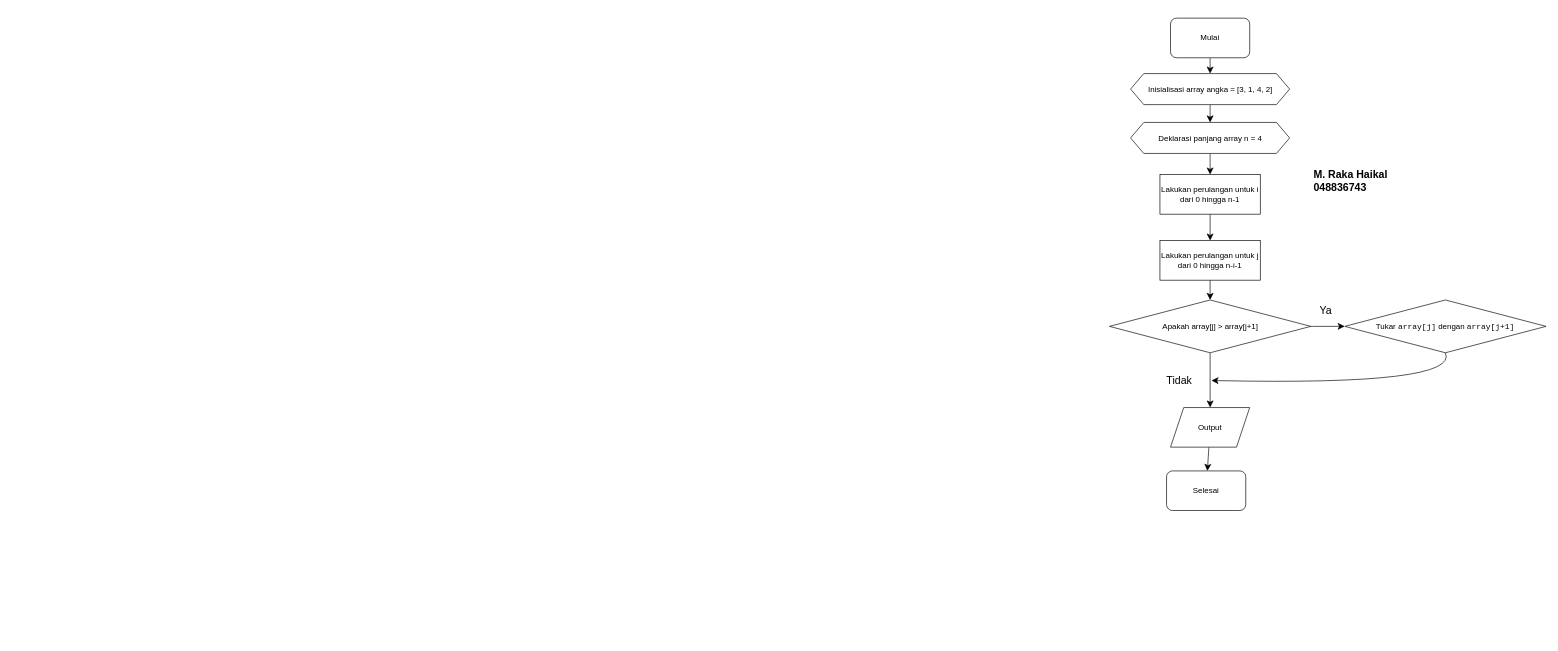
The draw.io diagram Flow Chart.drawio in mrakahaikal/mrakahaikal, before the edit. Source tidied: cells renumbered, new cells numbered last; positions are measured from the earlier drawing's top-left corner, leaving out a move shared by most shapes. Both pictures are drawn from the tidied source at 66%, with x=0, y=0 at pixel (1109, 18).
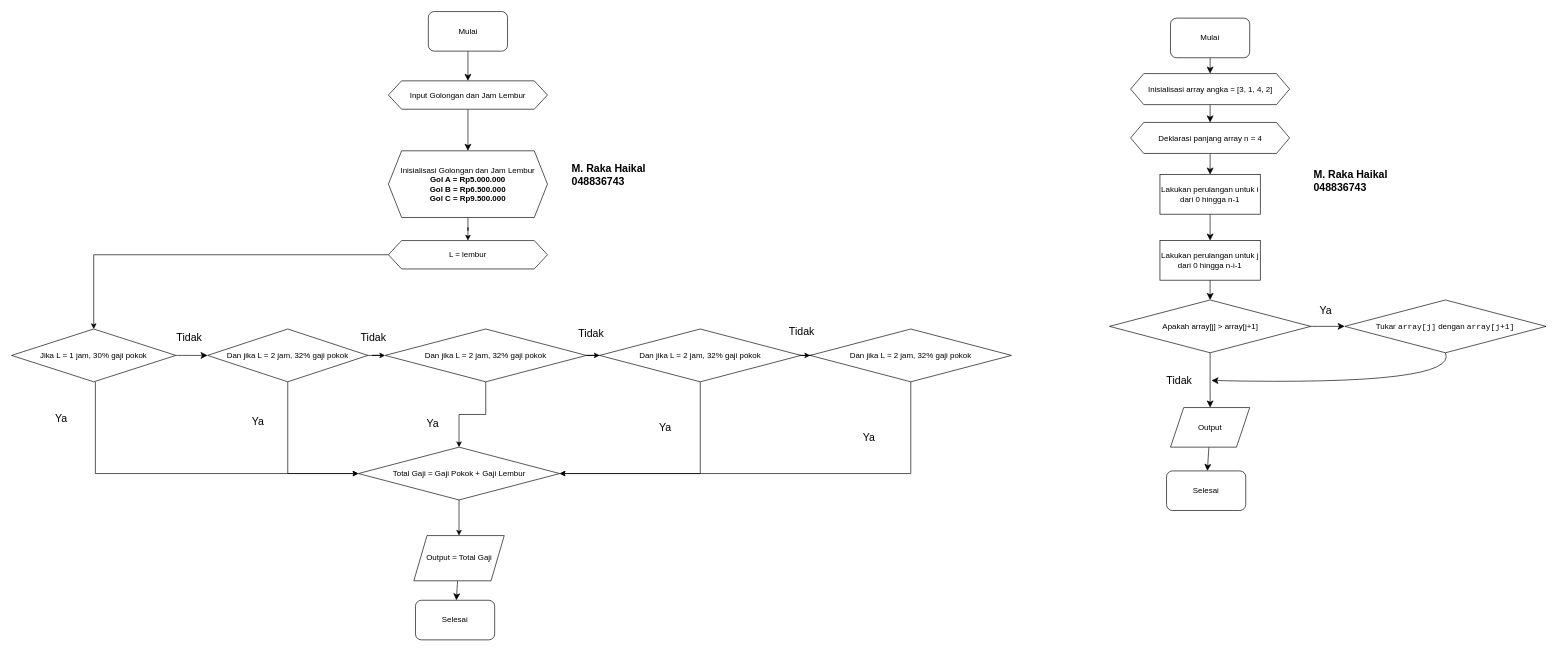
The same page after the edit.

The edit, as a diff of the source:
```diff
@@
+    <mxCell id="23" style="edgeStyle=none;curved=1;rounded=0;jettySize=auto;html=1;fontSize=12;startSize=8;endSize=8;entryX=0.5;entryY=0;entryDx=0;entryDy=0;" parent="1" edge="1" source="24" target="27">
+      <mxGeometry relative="1" as="geometry" />
+    </mxCell>
+    <mxCell id="24" value="Mulai" style="rounded=1;whiteSpace=wrap;html=1;" parent="1" vertex="1">
+      <mxGeometry x="-1031.5" y="-10" width="120" height="60" as="geometry" />
+    </mxCell>
+    <mxCell id="25" style="edgeStyle=none;curved=1;rounded=0;jettySize=auto;html=1;fontSize=12;startSize=8;endSize=8;exitX=0.5;exitY=1;exitDx=0;exitDy=0;entryX=0.5;entryY=0;entryDx=0;entryDy=0;" parent="1" edge="1" source="27" target="40">
+      <mxGeometry relative="1" as="geometry" />
+    </mxCell>
+    <mxCell id="26" value="Selesai" style="rounded=1;whiteSpace=wrap;html=1;" parent="1" vertex="1">
+      <mxGeometry x="-1051" y="882" width="120" height="60" as="geometry" />
+    </mxCell>
+    <mxCell id="27" value="Input Golongan dan Jam Lembur" style="shape=hexagon;perimeter=hexagonPerimeter2;whiteSpace=wrap;html=1;fixedSize=1;" parent="1" vertex="1">
+      <mxGeometry x="-1092" y="95" width="241" height="43" as="geometry" />
+    </mxCell>
+    <mxCell id="28" style="edgeStyle=none;curved=1;rounded=0;jettySize=auto;html=1;entryX=0;entryY=0.5;entryDx=0;entryDy=0;fontSize=12;startSize=8;endSize=8;exitX=1;exitY=0.5;exitDx=0;exitDy=0;" parent="1" edge="1" source="30" target="35">
+      <mxGeometry relative="1" as="geometry" />
+    </mxCell>
+    <mxCell id="29" style="edgeStyle=orthogonalEdgeStyle;rounded=0;jettySize=auto;html=1;entryX=0;entryY=0.5;entryDx=0;entryDy=0;exitX=0.51;exitY=1;exitDx=0;exitDy=0;exitPerimeter=0;" parent="1" edge="1" source="30" target="55">
+      <mxGeometry relative="1" as="geometry">
+        <Array as="points">
+          <mxPoint x="-1536" y="690" />
+        </Array>
+      </mxGeometry>
+    </mxCell>
+    <mxCell id="30" value="Jika L = 1 jam, 30% gaji pokok" style="rhombus;whiteSpace=wrap;html=1;" parent="1" vertex="1">
+      <mxGeometry x="-1663" y="471" width="249" height="80" as="geometry" />
+    </mxCell>
+    <mxCell id="31" value="Tidak" style="text;html=1;align=center;verticalAlign=middle;strokeColor=none;fillColor=none;fontSize=16;" parent="1" vertex="1">
+      <mxGeometry x="-1423" y="467" width="57" height="31" as="geometry" />
+    </mxCell>
+    <mxCell id="32" value="Ya" style="text;html=1;align=center;verticalAlign=middle;strokeColor=none;fillColor=none;fontSize=16;" parent="1" vertex="1">
+      <mxGeometry x="-1606" y="590" width="36" height="31" as="geometry" />
+    </mxCell>
+    <mxCell id="33" style="edgeStyle=orthogonalEdgeStyle;rounded=0;jettySize=auto;html=1;" parent="1" edge="1" source="35" target="45">
+      <mxGeometry relative="1" as="geometry" />
+    </mxCell>
+    <mxCell id="34" style="edgeStyle=orthogonalEdgeStyle;rounded=0;jettySize=auto;html=1;entryX=0;entryY=0.5;entryDx=0;entryDy=0;" parent="1" edge="1" source="35" target="55">
+      <mxGeometry relative="1" as="geometry" />
+    </mxCell>
+    <mxCell id="35" value="Dan jika L = 2 jam, 32% gaji pokok" style="rhombus;whiteSpace=wrap;html=1;" parent="1" vertex="1">
+      <mxGeometry x="-1366" y="471" width="243" height="80" as="geometry" />
+    </mxCell>
+    <mxCell id="36" style="edgeStyle=none;curved=1;rounded=0;jettySize=auto;html=1;fontSize=12;startSize=8;endSize=8;" parent="1" edge="1" source="37" target="26">
+      <mxGeometry relative="1" as="geometry" />
+    </mxCell>
+    <mxCell id="37" value="Output = Total Gaji" style="shape=parallelogram;perimeter=parallelogramPerimeter;whiteSpace=wrap;html=1;fixedSize=1;" parent="1" vertex="1">
+      <mxGeometry x="-1053.5" y="784" width="137" height="68.5" as="geometry" />
+    </mxCell>
+    <mxCell id="38" value="&lt;b&gt;M. Raka Haikal&lt;/b&gt;&lt;div&gt;&lt;b&gt;048836743&lt;/b&gt;&lt;/div&gt;" style="text;html=1;align=left;verticalAlign=middle;strokeColor=none;fillColor=none;fontSize=16;" parent="1" vertex="1">
+      <mxGeometry x="-816.5" y="212" width="130" height="50" as="geometry" />
+    </mxCell>
+    <mxCell id="39" style="edgeStyle=orthogonalEdgeStyle;rounded=0;jettySize=auto;html=1;" parent="1" edge="1" source="40" target="42">
+      <mxGeometry relative="1" as="geometry" />
+    </mxCell>
+    <mxCell id="40" value="Inisialisasi Golongan dan Jam Lembur&lt;div&gt;&lt;b&gt;Gol A = Rp5.000.000&lt;/b&gt;&lt;/div&gt;&lt;div&gt;&lt;b&gt;Gol B = Rp6.500.000&lt;/b&gt;&lt;/div&gt;&lt;div&gt;&lt;b&gt;Gol C = Rp9.500.000&lt;/b&gt;&lt;/div&gt;" style="shape=hexagon;perimeter=hexagonPerimeter2;whiteSpace=wrap;html=1;fixedSize=1;" parent="1" vertex="1">
+      <mxGeometry x="-1092" y="201" width="241" height="101" as="geometry" />
+    </mxCell>
+    <mxCell id="41" style="edgeStyle=orthogonalEdgeStyle;rounded=0;jettySize=auto;html=1;entryX=0.5;entryY=0;entryDx=0;entryDy=0;" parent="1" edge="1" source="42" target="30">
+      <mxGeometry relative="1" as="geometry" />
+    </mxCell>
+    <mxCell id="42" value="L = lembur" style="shape=hexagon;perimeter=hexagonPerimeter2;whiteSpace=wrap;html=1;fixedSize=1;" parent="1" vertex="1">
+      <mxGeometry x="-1092" y="337" width="241" height="43" as="geometry" />
+    </mxCell>
+    <mxCell id="43" style="edgeStyle=orthogonalEdgeStyle;rounded=0;jettySize=auto;html=1;" parent="1" edge="1" source="45" target="48">
+      <mxGeometry relative="1" as="geometry" />
+    </mxCell>
+    <mxCell id="44" style="edgeStyle=orthogonalEdgeStyle;rounded=0;jettySize=auto;html=1;" parent="1" edge="1" source="45" target="55">
+      <mxGeometry relative="1" as="geometry" />
+    </mxCell>
+    <mxCell id="45" value="Dan jika L = 2 jam, 32% gaji pokok" style="rhombus;whiteSpace=wrap;html=1;" parent="1" vertex="1">
+      <mxGeometry x="-1097" y="471" width="305" height="80" as="geometry" />
+    </mxCell>
+    <mxCell id="46" style="edgeStyle=orthogonalEdgeStyle;rounded=0;jettySize=auto;html=1;" parent="1" edge="1" source="48" target="50">
+      <mxGeometry relative="1" as="geometry" />
+    </mxCell>
+    <mxCell id="47" style="edgeStyle=orthogonalEdgeStyle;rounded=0;jettySize=auto;html=1;entryX=1;entryY=0.5;entryDx=0;entryDy=0;" parent="1" edge="1" source="48" target="55">
+      <mxGeometry relative="1" as="geometry">
+        <Array as="points">
+          <mxPoint x="-619" y="690" />
+        </Array>
+      </mxGeometry>
+    </mxCell>
+    <mxCell id="48" value="Dan jika L = 2 jam, 32% gaji pokok" style="rhombus;whiteSpace=wrap;html=1;" parent="1" vertex="1">
+      <mxGeometry x="-772" y="471" width="305" height="80" as="geometry" />
+    </mxCell>
+    <mxCell id="49" style="edgeStyle=orthogonalEdgeStyle;rounded=0;jettySize=auto;html=1;entryX=1;entryY=0.5;entryDx=0;entryDy=0;" parent="1" edge="1" source="50" target="55">
+      <mxGeometry relative="1" as="geometry">
+        <Array as="points">
+          <mxPoint x="-300" y="690" />
+        </Array>
+      </mxGeometry>
+    </mxCell>
+    <mxCell id="50" value="Dan jika L = 2 jam, 32% gaji pokok" style="rhombus;whiteSpace=wrap;html=1;" parent="1" vertex="1">
+      <mxGeometry x="-453" y="471" width="305" height="80" as="geometry" />
+    </mxCell>
+    <mxCell id="51" value="Tidak" style="text;html=1;align=center;verticalAlign=middle;strokeColor=none;fillColor=none;fontSize=16;" parent="1" vertex="1">
+      <mxGeometry x="-1144" y="467" width="57" height="31" as="geometry" />
+    </mxCell>
+    <mxCell id="52" value="Tidak" style="text;html=1;align=center;verticalAlign=middle;strokeColor=none;fillColor=none;fontSize=16;" parent="1" vertex="1">
+      <mxGeometry x="-814" y="462" width="57" height="31" as="geometry" />
+    </mxCell>
+    <mxCell id="53" value="Tidak" style="text;html=1;align=center;verticalAlign=middle;strokeColor=none;fillColor=none;fontSize=16;" parent="1" vertex="1">
+      <mxGeometry x="-495" y="458" width="57" height="31" as="geometry" />
+    </mxCell>
+    <mxCell id="54" style="edgeStyle=orthogonalEdgeStyle;rounded=0;jettySize=auto;html=1;entryX=0.5;entryY=0;entryDx=0;entryDy=0;" parent="1" edge="1" source="55" target="37">
+      <mxGeometry relative="1" as="geometry" />
+    </mxCell>
+    <mxCell id="55" value="Total Gaji = Gaji Pokok + Gaji Lembur" style="rhombus;whiteSpace=wrap;html=1;" parent="1" vertex="1">
+      <mxGeometry x="-1137.5" y="650" width="305" height="80" as="geometry" />
+    </mxCell>
+    <mxCell id="56" value="Ya" style="text;html=1;align=center;verticalAlign=middle;strokeColor=none;fillColor=none;fontSize=16;" parent="1" vertex="1">
+      <mxGeometry x="-1308" y="595" width="36" height="31" as="geometry" />
+    </mxCell>
+    <mxCell id="57" value="Ya" style="text;html=1;align=center;verticalAlign=middle;strokeColor=none;fillColor=none;fontSize=16;" parent="1" vertex="1">
+      <mxGeometry x="-1043" y="598" width="36" height="31" as="geometry" />
+    </mxCell>
+    <mxCell id="58" value="Ya" style="text;html=1;align=center;verticalAlign=middle;strokeColor=none;fillColor=none;fontSize=16;" parent="1" vertex="1">
+      <mxGeometry x="-691" y="604.5" width="36" height="31" as="geometry" />
+    </mxCell>
+    <mxCell id="59" value="Ya" style="text;html=1;align=center;verticalAlign=middle;strokeColor=none;fillColor=none;fontSize=16;" parent="1" vertex="1">
+      <mxGeometry x="-382" y="619" width="36" height="31" as="geometry" />
+    </mxCell>
```
